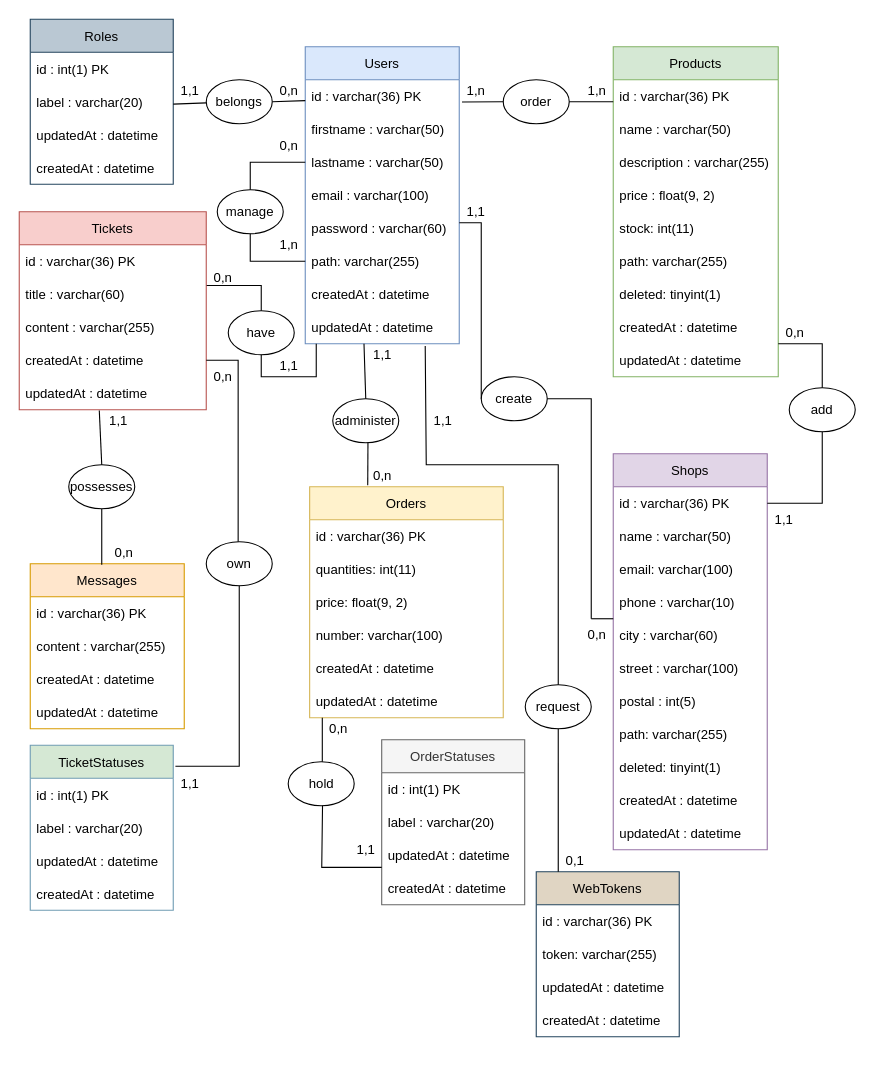
Earlier version of the draw.io diagram Diagrammes/MCD.drawio (KadenHD/DragNReceive_General). Source tidied: cells renumbered, new cells numbered last; positions are measured from the earlier drawing's top-left corner, leaving out a move shared by most shapes. Both pictures are drawn from the tidied source at 110%, with x=0, y=0 at pixel (19, 19).
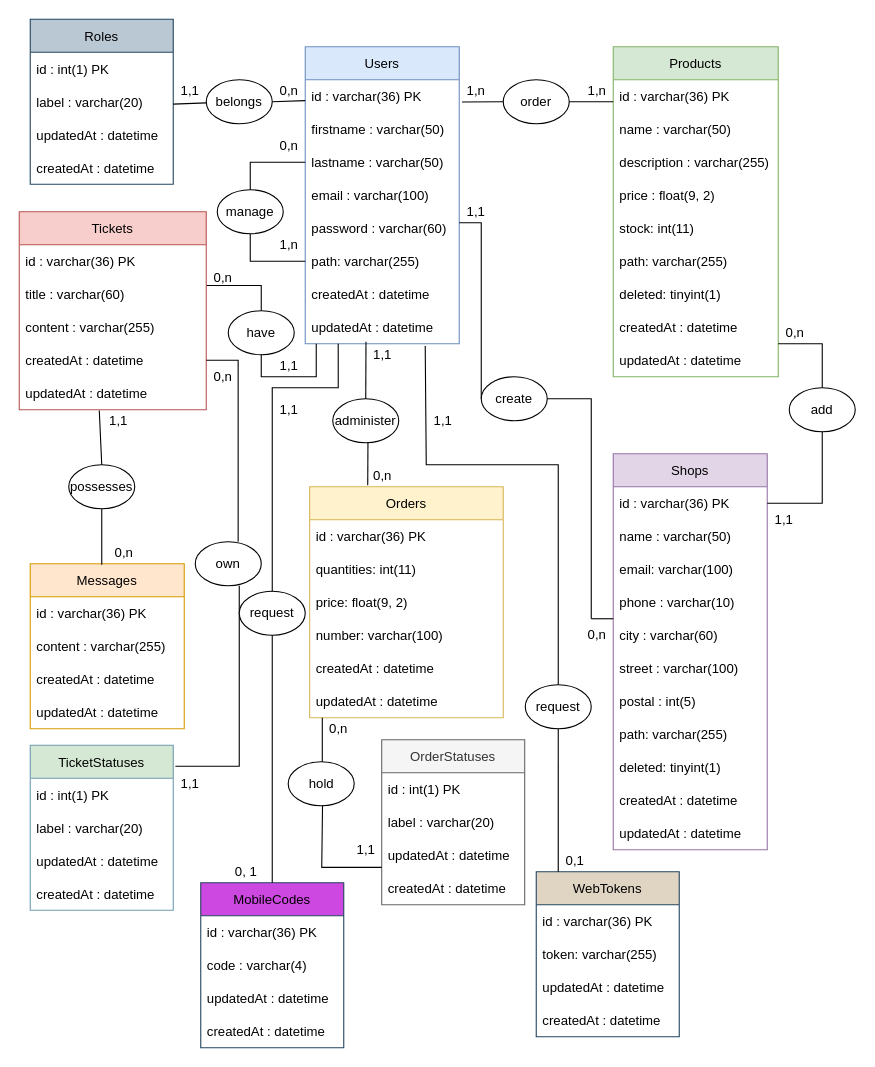
Above is the later version.

Unchanged cells that the change refers to:
```xml
<mxCell id="10" value="updatedAt : datetime" style="text;strokeColor=none;fillColor=none;align=left;verticalAlign=middle;spacingLeft=4;spacingRight=4;overflow=hidden;points=[[0,0.5],[1,0.5]];portConstraint=eastwest;" parent="2" vertex="1">
  <mxGeometry y="240" width="140" height="30" as="geometry" />
</mxCell>
<mxCell id="97" value="TicketStatuses" style="swimlane;fontStyle=0;horizontal=1;startSize=30;fillColor=#d5e8d4;strokeColor=#6F9CB3;" parent="1" vertex="1">
  <mxGeometry x="10" y="660" width="130" height="150" as="geometry" />
</mxCell>
<mxCell id="117" value="administer" style="ellipse;whiteSpace=wrap;html=1;" parent="1" vertex="1">
  <mxGeometry x="285" y="345" width="60" height="40" as="geometry" />
</mxCell>
<mxCell id="118" value="1,1" style="text;html=1;align=center;verticalAlign=middle;points=[];strokeColor=none;fillColor=none;" parent="1" vertex="1">
  <mxGeometry x="315" y="295" width="30" height="20" as="geometry" />
</mxCell>
```

Diff of the diagram source:
```diff
@@
     <mxCell id="102" value="own" style="ellipse;whiteSpace=wrap;html=1;" parent="1" vertex="1">
-      <mxGeometry x="170" y="475" width="60" height="40" as="geometry" />
+      <mxGeometry x="160" y="475" width="60" height="40" as="geometry" />
     </mxCell>
@@
-    <mxCell id="104" style="endArrow=none;html=1;rounded=0;exitX=0.5;exitY=1;exitDx=0;exitDy=0;entryX=1.015;entryY=0.127;entryDx=0;entryDy=0;entryPerimeter=0;" parent="1" edge="1" source="102" target="97">
+    <mxCell id="104" style="endArrow=none;html=1;rounded=0;entryX=1.015;entryY=0.127;entryDx=0;entryDy=0;entryPerimeter=0;" parent="1" edge="1" target="97">
       <mxGeometry relative="1" as="geometry">
+        <mxPoint x="200" y="515" as="sourcePoint" />
         <Array as="points">
           <mxPoint x="200" y="679" />
         </Array>
       </mxGeometry>
     </mxCell>
@@
-    <mxCell id="125" style="endArrow=none;html=1;rounded=0;exitX=0.428;exitY=1.02;exitDx=0;exitDy=0;entryX=0.5;entryY=0;entryDx=0;entryDy=0;exitPerimeter=0;" parent="1" edge="1" target="117">
-      <mxGeometry relative="1" as="geometry">
-        <mxPoint x="313.4" y="295" as="sourcePoint" />
-      </mxGeometry>
+    <mxCell id="125" style="endArrow=none;html=1;rounded=0;exitX=0.007;exitY=-0.09;exitDx=0;exitDy=0;entryX=0.5;entryY=0;entryDx=0;entryDy=0;exitPerimeter=0;" parent="1" edge="1" source="118" target="117">
+      <mxGeometry relative="1" as="geometry" />
     </mxCell>
@@
+    <mxCell id="127" value="MobileCodes" style="swimlane;fontStyle=0;horizontal=1;startSize=30;fillColor=#CC48E0;strokeColor=#23445d;" parent="1" vertex="1">
+      <mxGeometry x="165" y="785" width="130" height="150" as="geometry" />
+    </mxCell>
+    <mxCell id="128" value="id : varchar(36) PK" style="text;strokeColor=none;fillColor=none;align=left;verticalAlign=middle;spacingLeft=4;spacingRight=4;overflow=hidden;" parent="127" vertex="1">
+      <mxGeometry y="30" width="130" height="30" as="geometry" />
+    </mxCell>
+    <mxCell id="129" value="code : varchar(4)" style="text;strokeColor=none;fillColor=none;align=left;verticalAlign=middle;spacingLeft=4;spacingRight=4;overflow=hidden;" parent="127" vertex="1">
+      <mxGeometry y="60" width="130" height="30" as="geometry" />
+    </mxCell>
+    <mxCell id="130" value="updatedAt : datetime" style="text;strokeColor=none;fillColor=none;align=left;verticalAlign=middle;spacingLeft=4;spacingRight=4;overflow=hidden;" parent="127" vertex="1">
+      <mxGeometry y="90" width="130" height="30" as="geometry" />
+    </mxCell>
+    <mxCell id="131" value="createdAt : datetime" style="text;strokeColor=none;fillColor=none;align=left;verticalAlign=middle;spacingLeft=4;spacingRight=4;overflow=hidden;" parent="127" vertex="1">
+      <mxGeometry y="120" width="130" height="30" as="geometry" />
+    </mxCell>
+    <mxCell id="132" value="request" style="ellipse;whiteSpace=wrap;html=1;" parent="1" vertex="1">
+      <mxGeometry x="200" y="520" width="60" height="40" as="geometry" />
+    </mxCell>
+    <mxCell id="133" style="endArrow=none;html=1;rounded=0;entryX=0.5;entryY=0;entryDx=0;entryDy=0;exitX=0.5;exitY=1;exitDx=0;exitDy=0;" parent="1" edge="1" source="132" target="127">
+      <mxGeometry relative="1" as="geometry" />
+    </mxCell>
+    <mxCell id="134" style="endArrow=none;html=1;rounded=0;exitX=0.214;exitY=1;exitDx=0;exitDy=0;exitPerimeter=0;entryX=0.5;entryY=0;entryDx=0;entryDy=0;" parent="1" edge="1" source="10" target="132">
+      <mxGeometry relative="1" as="geometry">
+        <Array as="points">
+          <mxPoint x="290" y="335" />
+          <mxPoint x="230" y="335" />
+        </Array>
+      </mxGeometry>
+    </mxCell>
+    <mxCell id="135" value="1,1" style="text;html=1;align=center;verticalAlign=middle;strokeColor=none;fillColor=none;" parent="1" vertex="1">
+      <mxGeometry x="230" y="345" width="30" height="20" as="geometry" />
+    </mxCell>
+    <mxCell id="136" value="0, 1" style="text;html=1;align=center;verticalAlign=middle;strokeColor=none;fillColor=none;" parent="1" vertex="1">
+      <mxGeometry x="185.5" y="765" width="40" height="20" as="geometry" />
+    </mxCell>
```
